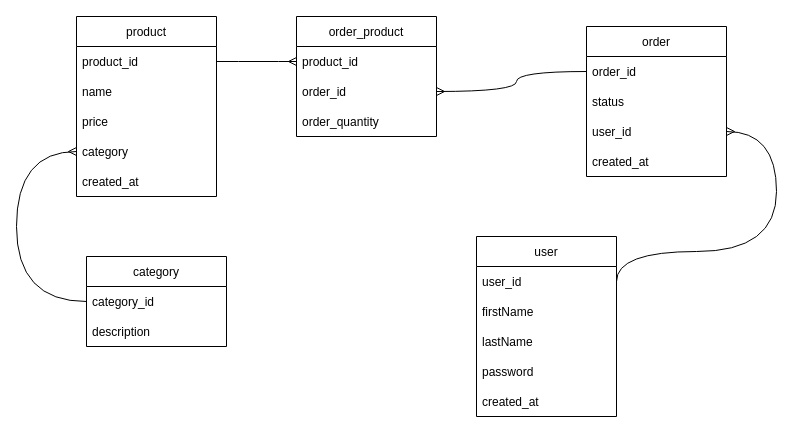
Earlier version of the draw.io diagram schema.drawio (x3bodee/Storefront-Backend). Source tidied: cells renumbered, new cells numbered last; positions are measured from the earlier drawing's top-left corner, leaving out a move shared by most shapes. Both pictures are drawn from the tidied source at 100%, with x=0, y=0 at pixel (16, 16).
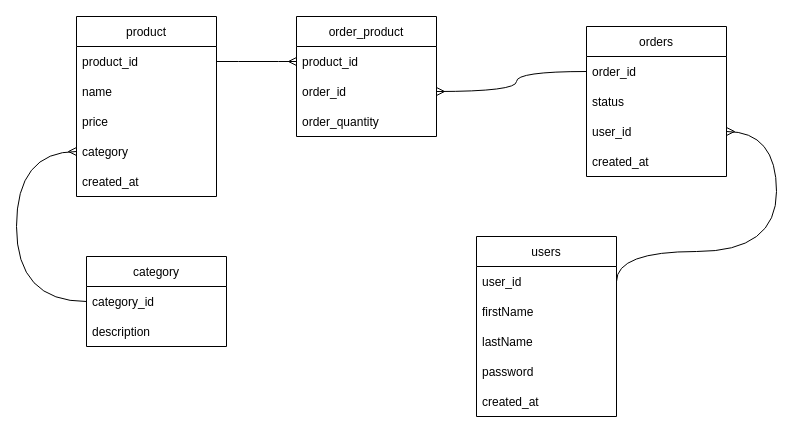
The same diagram, later.

Diff of the diagram source:
```diff
@@
-    <mxCell id="8" value="user" style="swimlane;fontStyle=0;horizontal=1;startSize=30;" parent="1" vertex="1">
+    <mxCell id="8" value="users" style="swimlane;fontStyle=0;horizontal=1;startSize=30;" parent="1" vertex="1">
       <mxGeometry x="460" y="220" width="140" height="180" as="geometry" />
     </mxCell>
@@
-    <mxCell id="14" value="order" style="swimlane;fontStyle=0;horizontal=1;startSize=30;" parent="1" vertex="1">
+    <mxCell id="14" value="orders" style="swimlane;fontStyle=0;horizontal=1;startSize=30;" parent="1" vertex="1">
       <mxGeometry x="570" y="10" width="140" height="150" as="geometry" />
     </mxCell>
```
